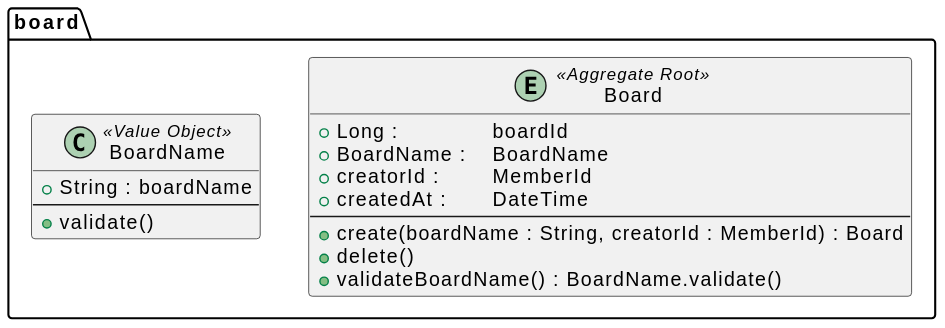
Before: document/puml/domain/boardcontext/boardAggregate.svg, a diagram exported from PlantUML (SimpleBoardTeam/simpleBoard-server). The source it was exported from:
```plantuml
@startuml
package "board" {
    entity Board <<Aggregate Root>> {
        +Long : \t\t boardId
        +BoardName : \t BoardName
        +creatorId : \t MemberId
        +createdAt : \t DateTime
        --
        +create(boardName : String, creatorId : MemberId) : Board
        +delete()
        +validateBoardName() : BoardName.validate()
    }
    class BoardName <<Value Object>> {
        +String : boardName
        --
        +validate()
     }
}
@enduml
```
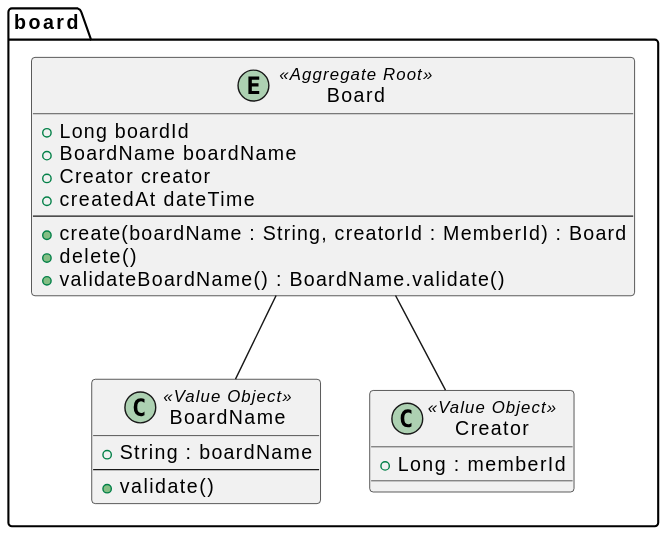
After the change.

Diff of the diagram source:
```diff
@@ -1,19 +1,26 @@
 @startuml
 package "board" {
     entity Board <<Aggregate Root>> {
-        +Long : \t\t boardId
-        +BoardName : \t BoardName
-        +creatorId : \t MemberId
-        +createdAt : \t DateTime
+        +Long boardId
+        +BoardName boardName
+        +Creator creator
+        +createdAt dateTime
         --
         +create(boardName : String, creatorId : MemberId) : Board
         +delete()
         +validateBoardName() : BoardName.validate()
     }
+
     class BoardName <<Value Object>> {
         +String : boardName
         --
         +validate()
      }
+    class Creator <<Value Object>> {
+        +Long : memberId
+     }
+
+     Board -- BoardName
+     Board -- Creator
 }
 @enduml
```
